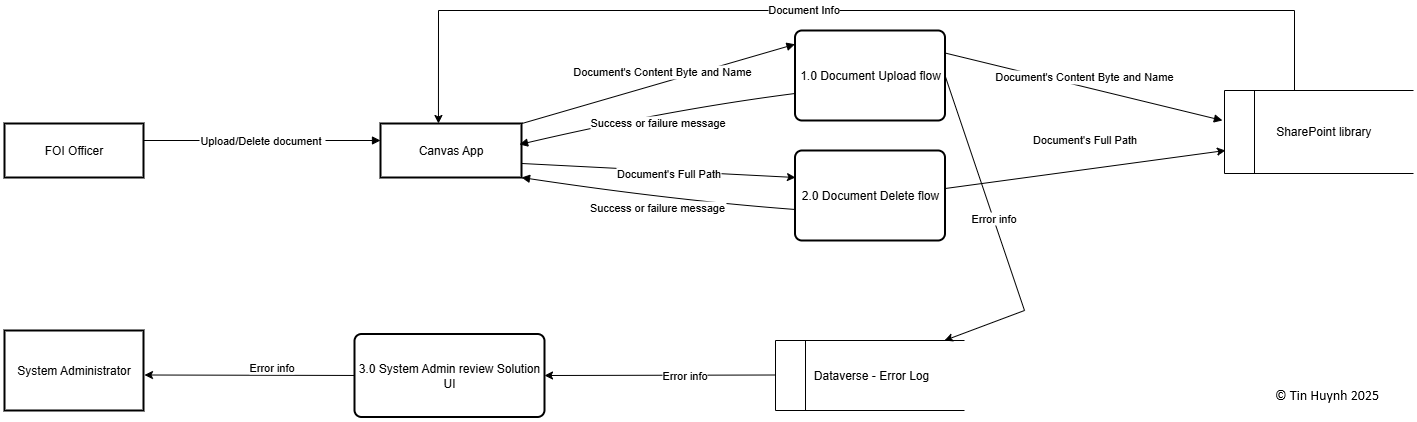
Before: docs/diagrams/dfd-foi-canvas-upload-delete.png, a diagram exported from draw.io (tinhuynh/foi-management-public). Source tidied: cells renumbered, new cells last; positions are measured from the earlier drawing's top-left corner, leaving out a move shared by most shapes.
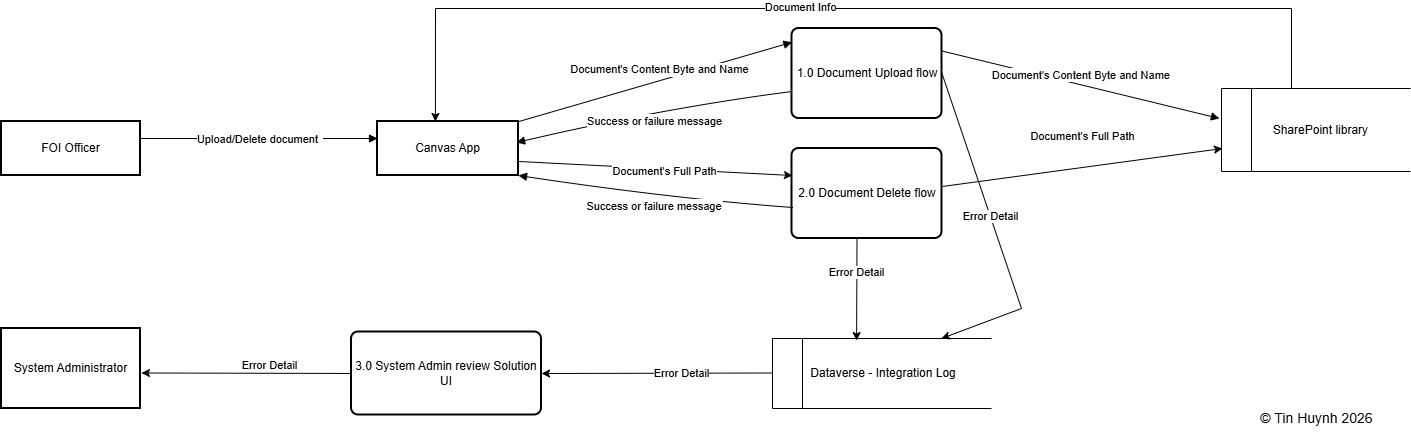
Above is the later version.

Diff of the diagram source:
```diff
@@ -35,8 +35,8 @@
     <mxCell id="8" value="&amp;nbsp; &amp;nbsp; &amp;nbsp; &amp;nbsp; &amp;nbsp; &amp;nbsp; &amp;nbsp; SharePoint library" style="html=1;dashed=0;whiteSpace=wrap;shape=mxgraph.dfd.dataStoreID;align=left;spacingLeft=3;points=[[0,0],[0.5,0],[1,0],[0,0.5],[1,0.5],[0,1],[0.5,1],[1,1]];" parent="1" vertex="1">
       <mxGeometry x="1220" y="80" width="189" height="83" as="geometry" />
     </mxCell>
-    <mxCell id="9" value="&amp;nbsp; &amp;nbsp; &amp;nbsp; &amp;nbsp; &amp;nbsp; Dataverse - Error Log" style="html=1;dashed=0;whiteSpace=wrap;shape=mxgraph.dfd.dataStoreID;align=left;spacingLeft=3;points=[[0,0],[0.5,0],[1,0],[0,0.5],[1,0.5],[0,1],[0.5,1],[1,1]];" parent="1" vertex="1">
-      <mxGeometry x="771" y="330" width="189" height="70" as="geometry" />
+    <mxCell id="9" value="&amp;nbsp; &amp;nbsp; &amp;nbsp; &amp;nbsp; &amp;nbsp; Dataverse - Integration Log" style="html=1;dashed=0;whiteSpace=wrap;shape=mxgraph.dfd.dataStoreID;align=left;spacingLeft=3;points=[[0,0],[0.5,0],[1,0],[0,0.5],[1,0.5],[0,1],[0.5,1],[1,1]];" parent="1" vertex="1">
+      <mxGeometry x="771" y="330" width="219" height="70" as="geometry" />
     </mxCell>
     <mxCell id="10" value="1.0 Document Upload flow" style="rounded=1;whiteSpace=wrap;html=1;absoluteArcSize=1;arcSize=14;strokeWidth=2;" parent="1" vertex="1">
       <mxGeometry x="790.5" y="20" width="150" height="90" as="geometry" />
@@ -49,7 +49,7 @@
         </Array>
       </mxGeometry>
     </mxCell>
-    <mxCell id="12" value="Error info" style="edgeLabel;html=1;align=center;verticalAlign=middle;" parent="11" vertex="1">
+    <mxCell id="12" value="Error Detail" style="edgeLabel;html=1;align=center;verticalAlign=middle;" parent="11" vertex="1">
       <mxGeometry x="-0.1" relative="1" as="geometry" />
     </mxCell>
     <mxCell id="13" value="System Administrator" style="whiteSpace=wrap;strokeWidth=2;" parent="1" vertex="1">
@@ -64,7 +64,7 @@
         <mxPoint x="140" y="364.5" as="targetPoint" />
       </mxGeometry>
     </mxCell>
-    <mxCell id="16" value="Error info" style="edgeLabel;html=1;align=center;verticalAlign=middle;" parent="15" vertex="1">
+    <mxCell id="16" value="Error Detail" style="edgeLabel;html=1;align=center;verticalAlign=middle;" parent="15" vertex="1">
       <mxGeometry x="-0.21" relative="1" as="geometry">
         <mxPoint y="-8" as="offset" />
       </mxGeometry>
@@ -74,7 +74,7 @@
         <mxPoint x="771" y="364.5" as="sourcePoint" />
       </mxGeometry>
     </mxCell>
-    <mxCell id="18" value="Error info" style="edgeLabel;html=1;align=center;verticalAlign=middle;" parent="17" vertex="1">
+    <mxCell id="18" value="Error Detail" style="edgeLabel;html=1;align=center;verticalAlign=middle;" parent="17" vertex="1">
       <mxGeometry x="-0.21" relative="1" as="geometry" />
     </mxCell>
     <mxCell id="19" value="2.0 Document Delete flow" style="rounded=1;whiteSpace=wrap;html=1;absoluteArcSize=1;arcSize=14;strokeWidth=2;" parent="1" vertex="1">
@@ -123,5 +123,16 @@
         <mxPoint x="1290" as="targetPoint" />
       </mxGeometry>
     </mxCell>
+    <mxCell id="28" style="endArrow=classic;html=1;rounded=0;entryX=0.384;entryY=0.029;entryDx=0;entryDy=0;entryPerimeter=0;" parent="1" edge="1" target="9">
+      <mxGeometry relative="1" as="geometry">
+        <mxPoint x="855.5" y="230" as="sourcePoint" />
+      </mxGeometry>
+    </mxCell>
+    <mxCell id="29" value="Error Detail" style="edgeLabel;html=1;align=center;verticalAlign=middle;" parent="28" vertex="1">
+      <mxGeometry x="-0.33" y="-1" relative="1" as="geometry" />
+    </mxCell>
+    <mxCell id="30" value="© Tin Huynh 2026" style="text;strokeColor=none;fillColor=none;html=1;fontSize=14;fontStyle=0;verticalAlign=middle;align=center;" parent="1" vertex="1">
+      <mxGeometry x="1229.5" y="390" width="170" height="40" as="geometry" />
+    </mxCell>
   </root>
 </mxGraphModel>
```
